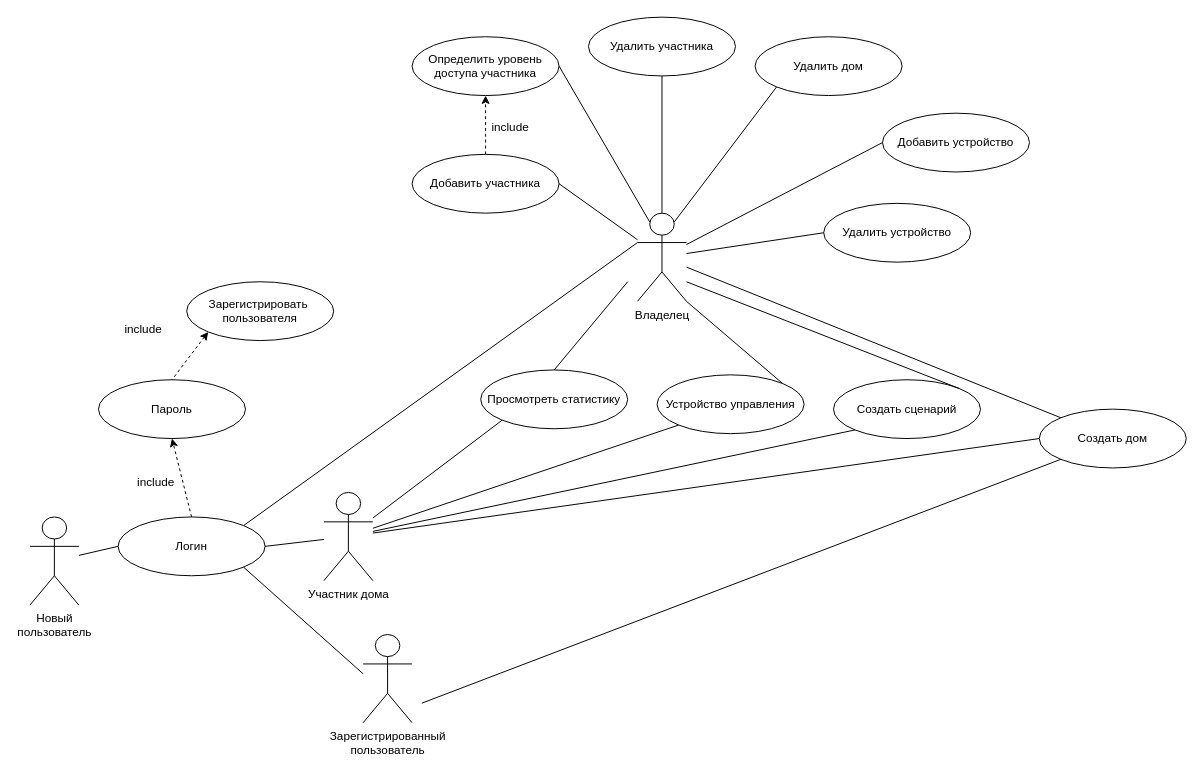
Mamvriyskiy/IoT_system keeps this draw.io diagram as other/iot.drawio. Above is the earlier version. Source tidied: cells renumbered, new cells numbered last; positions are measured from the earlier drawing's top-left corner, leaving out a move shared by most shapes. Both pictures are drawn from the tidied source at 98%, with x=0, y=0 at pixel (29, 17).
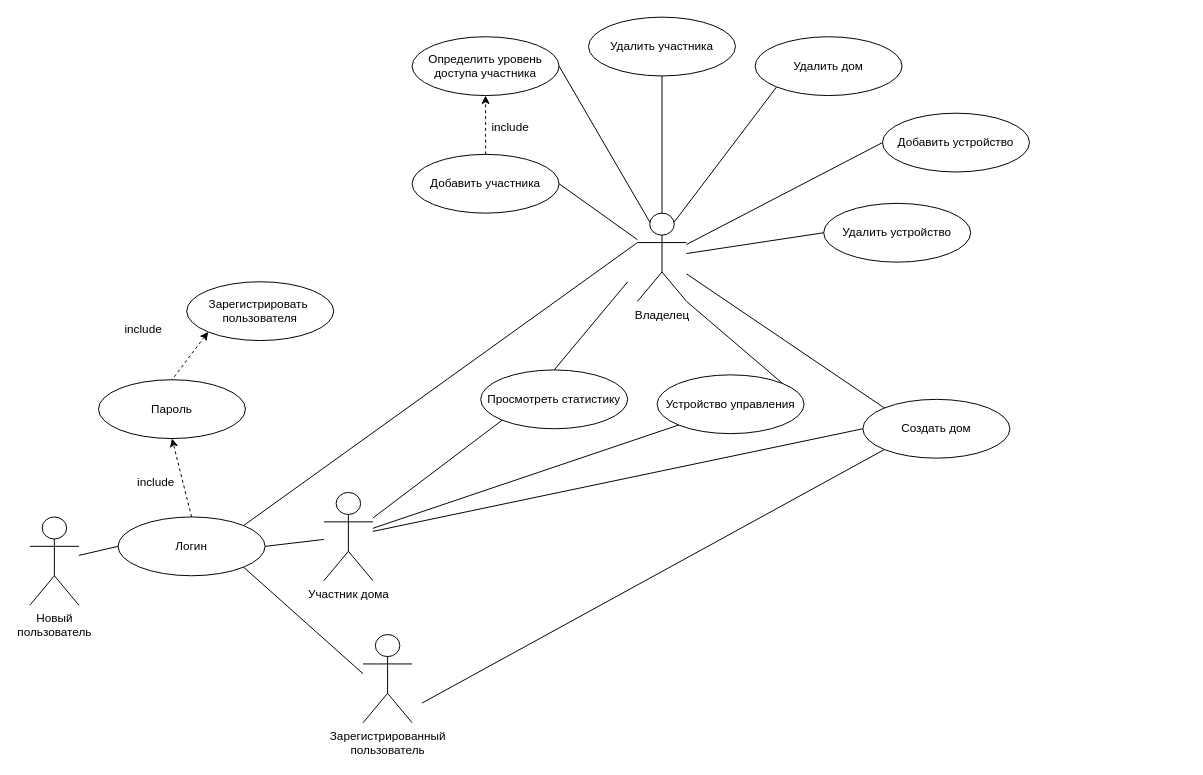
After the change.

Unchanged cells that the change refers to:
```xml
<mxCell id="16" value="Участник дома&lt;div&gt;&lt;br&gt;&lt;/div&gt;" style="shape=umlActor;verticalLabelPosition=bottom;verticalAlign=top;html=1;outlineConnect=0;" parent="1" vertex="1">
  <mxGeometry x="300" y="485" width="50" height="90" as="geometry" />
</mxCell>
```

The edit, as a diff of the source:
```diff
@@
     <mxCell id="17" value="Создать дом" style="ellipse;whiteSpace=wrap;html=1;" parent="1" vertex="1">
-      <mxGeometry x="1030" y="400" width="150" height="60" as="geometry" />
+      <mxGeometry x="850" y="390" width="150" height="60" as="geometry" />
     </mxCell>
@@
-    <mxCell id="22" value="Создать сценарий" style="ellipse;whiteSpace=wrap;html=1;" parent="1" vertex="1">
-      <mxGeometry x="820" y="370" width="150" height="60" as="geometry" />
-    </mxCell>
@@
-    <mxCell id="34" style="endArrow=none;html=1;rounded=0;entryX=0;entryY=1;entryDx=0;entryDy=0;" parent="1" edge="1" source="16" target="22">
-      <mxGeometry relative="1" as="geometry" />
-    </mxCell>
@@
-    <mxCell id="38" style="endArrow=none;html=1;rounded=0;entryX=1;entryY=0;entryDx=0;entryDy=0;" parent="1" edge="1" target="22">
-      <mxGeometry relative="1" as="geometry">
-        <mxPoint x="670" y="270" as="sourcePoint" />
-      </mxGeometry>
-    </mxCell>
```
